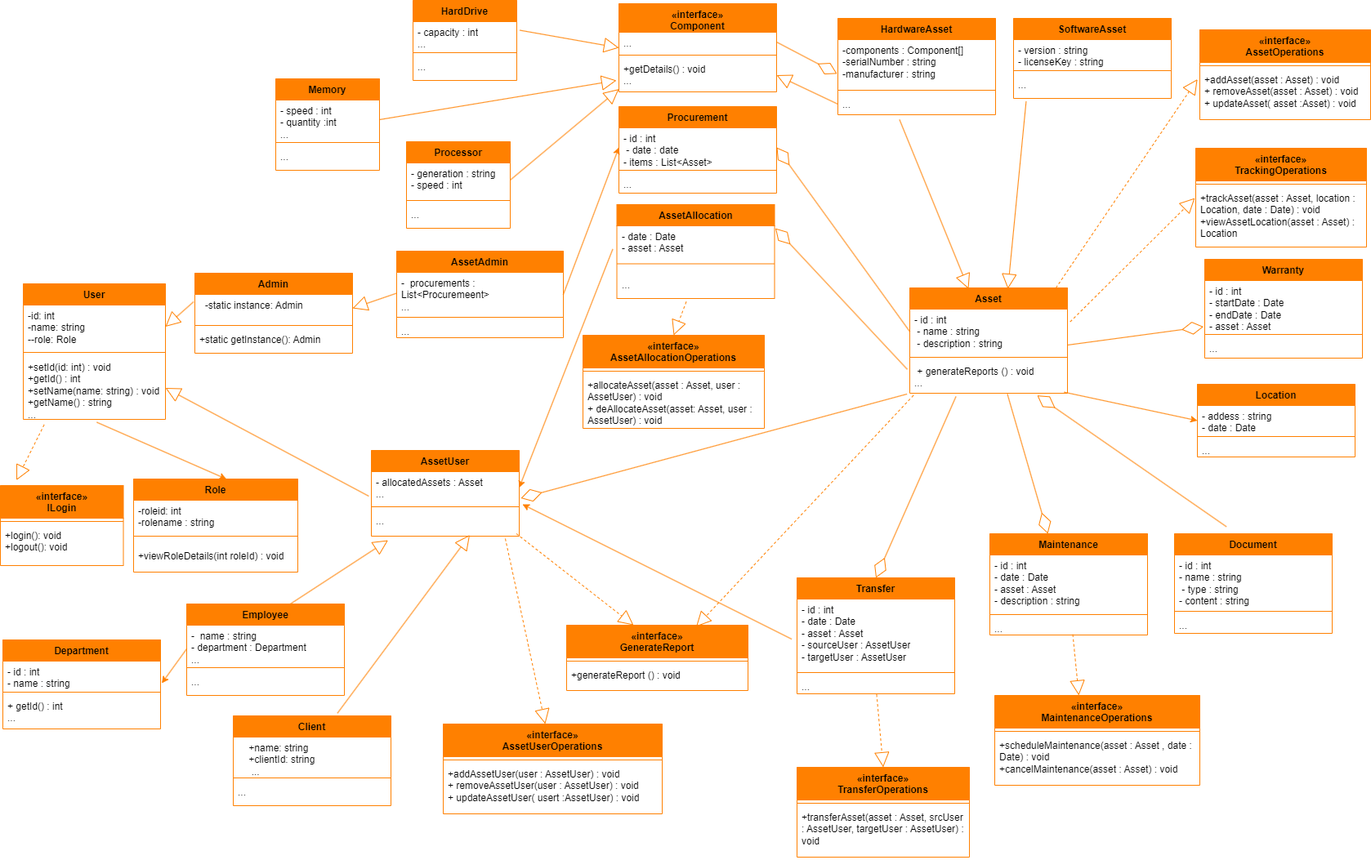
Earlier version of the draw.io export itam-uml/itam-class-diagram/itam-class-diagram.png (kxh03/itam). Source tidied: cells renumbered, new cells last; positions are measured from the earlier drawing's top-left corner, leaving out a move shared by most shapes.
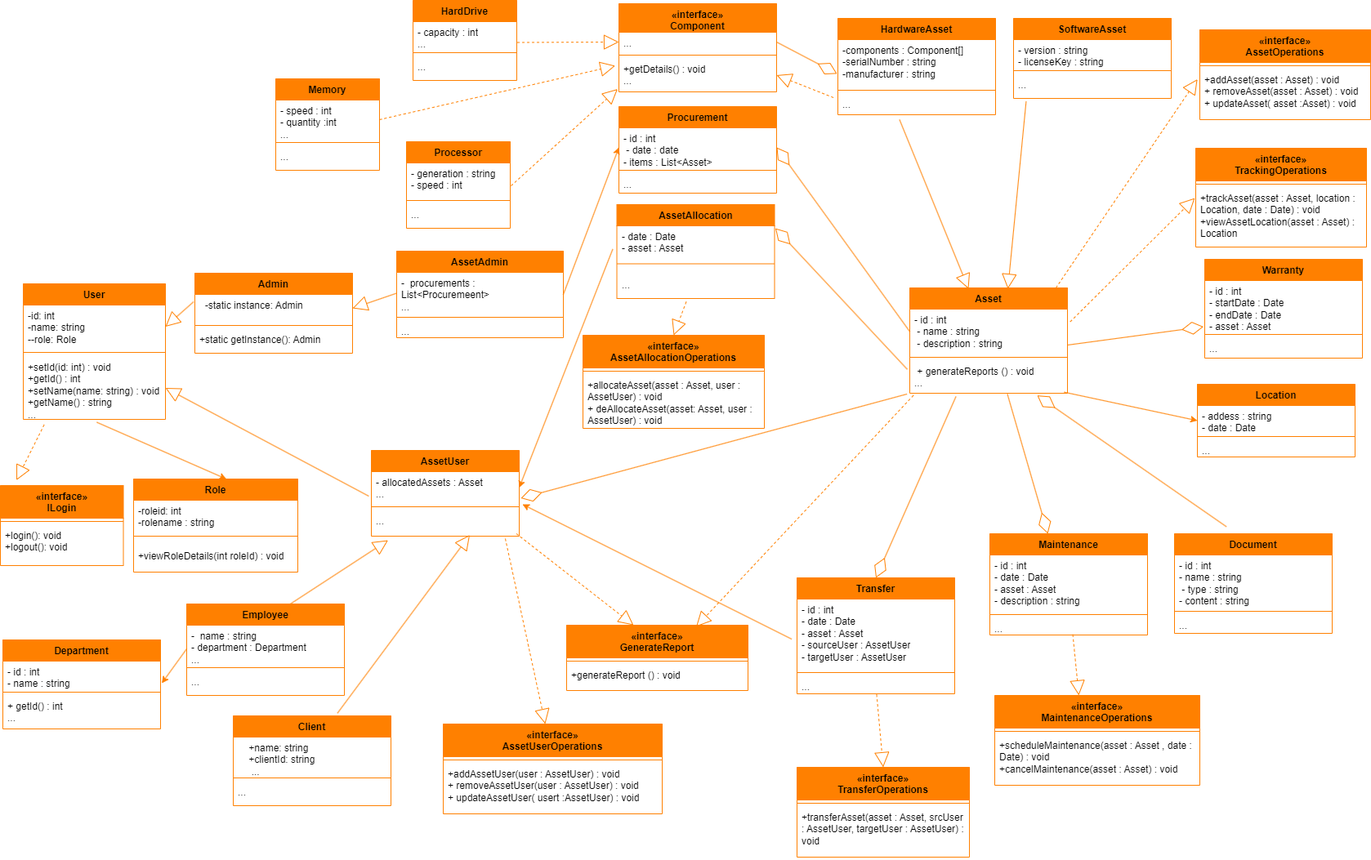
After the commit.

What changed in the source:
```diff
@@ -389,12 +389,6 @@
     <mxCell id="130" style="endArrow=block;endSize=16;endFill=0;html=1;strokeColor=#FF8000;fontSize=13;fontColor=#000066;dashed=1;exitX=0.906;exitY=1.094;exitDx=0;exitDy=0;exitPerimeter=0;entryX=0.466;entryY=0;entryDx=0;entryDy=0;entryPerimeter=0;" parent="1" edge="1" source="17" target="127">
       <mxGeometry relative="1" as="geometry" />
     </mxCell>
-    <mxCell id="131" style="endArrow=block;endSize=16;endFill=0;html=1;strokeColor=#FF8000;fontSize=13;fontColor=#000066;exitX=0;exitY=0.5;exitDx=0;exitDy=0;entryX=1;entryY=0.5;entryDx=0;entryDy=0;" parent="1" edge="1" source="62" target="40">
-      <mxGeometry relative="1" as="geometry" />
-    </mxCell>
-    <mxCell id="132" style="endArrow=block;endSize=16;endFill=0;html=1;strokeColor=#FF8000;fontSize=13;fontColor=#000066;entryX=0;entryY=0.5;entryDx=0;entryDy=0;exitX=1.028;exitY=0.309;exitDx=0;exitDy=0;exitPerimeter=0;" parent="1" edge="1" source="134" target="37">
-      <mxGeometry relative="1" as="geometry" />
-    </mxCell>
     <mxCell id="133" value="HardDrive" style="swimlane;fontStyle=1;align=center;verticalAlign=top;horizontal=1;startSize=26;whiteSpace=wrap;html=1;fillColor=#ff8000;strokeColor=#ff8000;" parent="1" vertex="1">
       <mxGeometry x="505" width="127" height="98" as="geometry" />
     </mxCell>
@@ -431,16 +425,20 @@
     <mxCell id="144" value="..." style="text;strokeColor=none;fillColor=none;align=left;verticalAlign=top;spacingLeft=4;spacingRight=4;overflow=hidden;whiteSpace=wrap;html=1;rounded=0;" parent="141" vertex="1">
       <mxGeometry y="76" width="127" height="30" as="geometry" />
     </mxCell>
-    <mxCell id="145" style="endArrow=block;endSize=16;endFill=0;html=1;strokeColor=#FF8000;fontSize=13;fontColor=#000066;exitX=1;exitY=0.5;exitDx=0;exitDy=0;" parent="1" edge="1" source="138">
-      <mxGeometry relative="1" as="geometry">
-        <mxPoint x="754" y="98" as="targetPoint" />
-      </mxGeometry>
-    </mxCell>
+    <mxCell id="147" style="endArrow=diamondThin;endFill=0;endSize=24;html=1;strokeColor=#FF8000;fontSize=13;fontColor=#000066;entryX=1.011;entryY=0.834;entryDx=0;entryDy=0;entryPerimeter=0;exitX=-0.018;exitY=1.025;exitDx=0;exitDy=0;exitPerimeter=0;" parent="1" edge="1" source="58" target="15">
+      <mxGeometry relative="1" as="geometry" />
+    </mxCell>
+    <mxCell id="131" style="endArrow=block;endSize=16;endFill=0;html=1;strokeColor=#FF8000;fontSize=13;fontColor=#000066;dashed=1;exitX=-0.028;exitY=0.193;exitDx=0;exitDy=0;exitPerimeter=0;entryX=1;entryY=0.5;entryDx=0;entryDy=0;" parent="1" edge="1" source="62" target="40">
+      <mxGeometry relative="1" as="geometry" />
+    </mxCell>
+    <mxCell id="148" style="endArrow=block;endSize=16;endFill=0;html=1;strokeColor=#FF8000;fontSize=13;fontColor=#000066;dashed=1;exitX=1.004;exitY=0.75;exitDx=0;exitDy=0;exitPerimeter=0;entryX=0;entryY=0.5;entryDx=0;entryDy=0;" parent="1" edge="1" source="134" target="38">
+      <mxGeometry relative="1" as="geometry" />
+    </mxCell>
+    <mxCell id="149" style="endArrow=block;endSize=16;endFill=0;html=1;strokeColor=#FF8000;fontSize=13;fontColor=#000066;dashed=1;exitX=1;exitY=0.5;exitDx=0;exitDy=0;entryX=-0.023;entryY=0.22;entryDx=0;entryDy=0;entryPerimeter=0;" parent="1" edge="1" source="138" target="40">
+      <mxGeometry relative="1" as="geometry" />
+    </mxCell>
-    <mxCell id="146" style="endArrow=block;endSize=16;endFill=0;html=1;strokeColor=#FF8000;fontSize=13;fontColor=#000066;exitX=1;exitY=0.5;exitDx=0;exitDy=0;entryX=0;entryY=0.917;entryDx=0;entryDy=0;entryPerimeter=0;" parent="1" edge="1" source="142" target="40">
+    <mxCell id="146" style="endArrow=block;endSize=16;endFill=0;html=1;strokeColor=#FF8000;fontSize=13;fontColor=#000066;dashed=1;exitX=1.008;exitY=0.667;exitDx=0;exitDy=0;exitPerimeter=0;entryX=-0.008;entryY=0.915;entryDx=0;entryDy=0;entryPerimeter=0;" parent="1" edge="1" source="142" target="40">
       <mxGeometry relative="1" as="geometry" />
     </mxCell>
-    <mxCell id="147" style="endArrow=diamondThin;endFill=0;endSize=24;html=1;strokeColor=#FF8000;fontSize=13;fontColor=#000066;entryX=1.011;entryY=0.834;entryDx=0;entryDy=0;entryPerimeter=0;exitX=-0.018;exitY=1.025;exitDx=0;exitDy=0;exitPerimeter=0;" parent="1" edge="1" source="58" target="15">
-      <mxGeometry relative="1" as="geometry" />
-    </mxCell>
   </root>
 </mxGraphModel>
```
